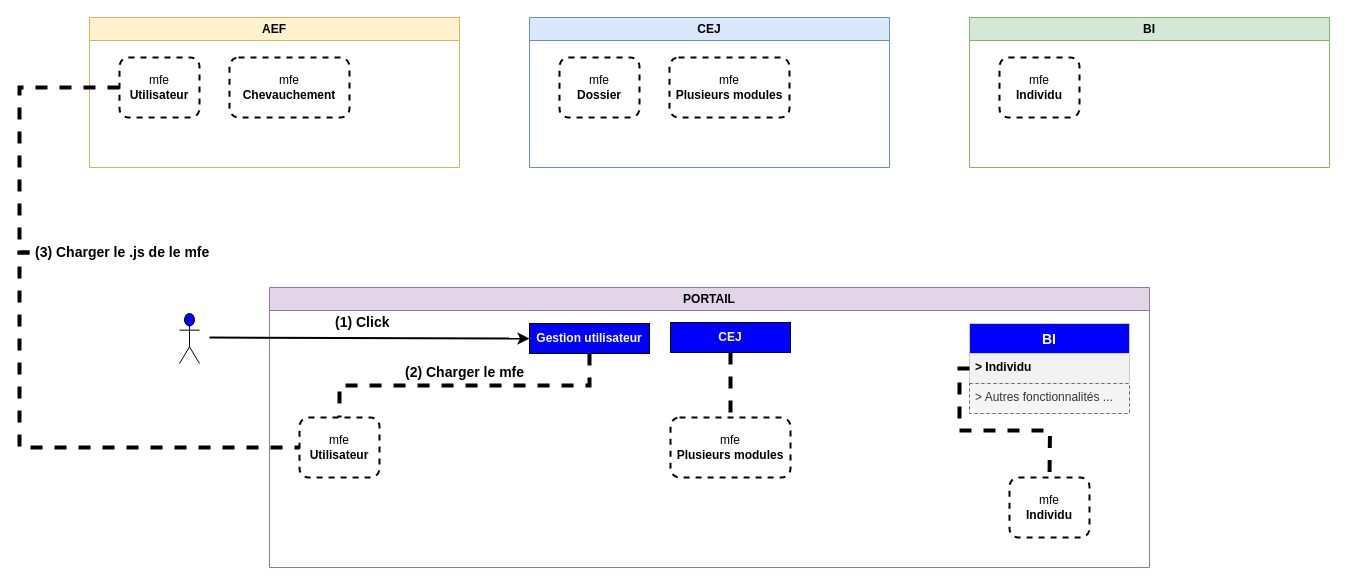
The draw.io diagram page "Multi-repo" (1 of 2) of src/assets/MFE architecture.drawio in famzila/web-courses, before the edit. Source tidied: cells renumbered, new cells numbered last; positions are measured from the earlier drawing's top-left corner, leaving out a move shared by most shapes. Both pictures are drawn from the tidied source at 100%, with x=0, y=0 at pixel (19, 17).
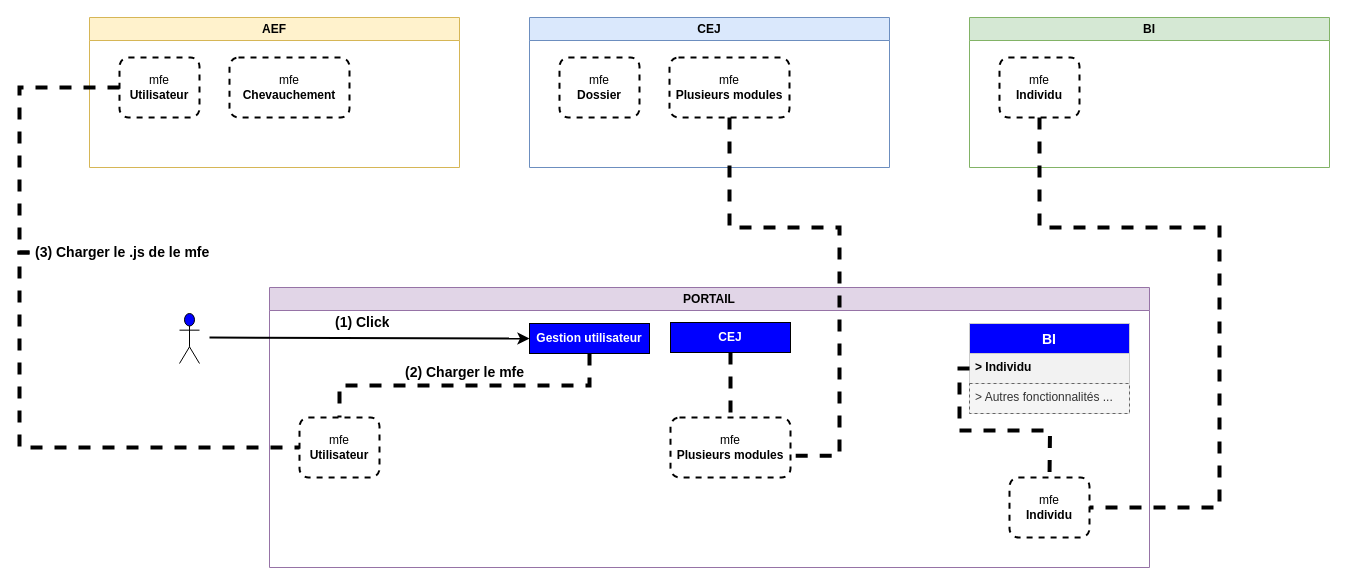
The same diagram, later.

Unchanged cells that the change refers to:
```xml
<mxCell id="6" value="mfe&lt;br style=&quot;border-color: var(--border-color);&quot;&gt;&lt;b&gt;Plusieurs modules&lt;/b&gt;" style="rounded=1;whiteSpace=wrap;html=1;dashed=1;strokeWidth=2;" parent="5" vertex="1">
  <mxGeometry x="140" y="40" width="120" height="60" as="geometry" />
</mxCell>
<mxCell id="9" value="mfe&lt;br style=&quot;border-color: var(--border-color);&quot;&gt;&lt;b&gt;Plusieurs modules&lt;/b&gt;" style="rounded=1;whiteSpace=wrap;html=1;dashed=1;strokeWidth=2;" parent="8" vertex="1">
  <mxGeometry x="401" y="130" width="120" height="60" as="geometry" />
</mxCell>
<mxCell id="20" value="mfe&lt;br style=&quot;border-color: var(--border-color);&quot;&gt;&lt;b&gt;Individu&lt;/b&gt;" style="rounded=1;whiteSpace=wrap;html=1;dashed=1;strokeWidth=2;" parent="8" vertex="1">
  <mxGeometry x="740" y="190" width="80" height="60" as="geometry" />
</mxCell>
<mxCell id="22" value="mfe&lt;br style=&quot;border-color: var(--border-color);&quot;&gt;&lt;b&gt;Individu&lt;/b&gt;" style="rounded=1;whiteSpace=wrap;html=1;dashed=1;strokeWidth=2;" parent="21" vertex="1">
  <mxGeometry x="30" y="40" width="80" height="60" as="geometry" />
</mxCell>
```

Change to the diagram source:
```diff
@@
+    <mxCell id="29" style="endArrow=none;dashed=1;html=1;rounded=0;strokeWidth=4;fontColor=#000000;exitX=0.5;exitY=1;exitDx=0;exitDy=0;edgeStyle=orthogonalEdgeStyle;entryX=1;entryY=0.5;entryDx=0;entryDy=0;" parent="1" edge="1" source="22" target="20">
+      <mxGeometry relative="1" as="geometry">
+        <Array as="points">
+          <mxPoint x="1020" y="210" />
+          <mxPoint x="1200" y="210" />
+          <mxPoint x="1200" y="490" />
+        </Array>
+      </mxGeometry>
+    </mxCell>
+    <mxCell id="30" style="endArrow=none;dashed=1;html=1;rounded=0;strokeWidth=4;fontColor=#000000;exitX=0.5;exitY=1;exitDx=0;exitDy=0;edgeStyle=orthogonalEdgeStyle;entryX=1.008;entryY=0.637;entryDx=0;entryDy=0;entryPerimeter=0;" parent="1" edge="1" source="6" target="9">
+      <mxGeometry relative="1" as="geometry">
+        <Array as="points">
+          <mxPoint x="710" y="210" />
+          <mxPoint x="820" y="210" />
+          <mxPoint x="820" y="438" />
+        </Array>
+      </mxGeometry>
+    </mxCell>
```
